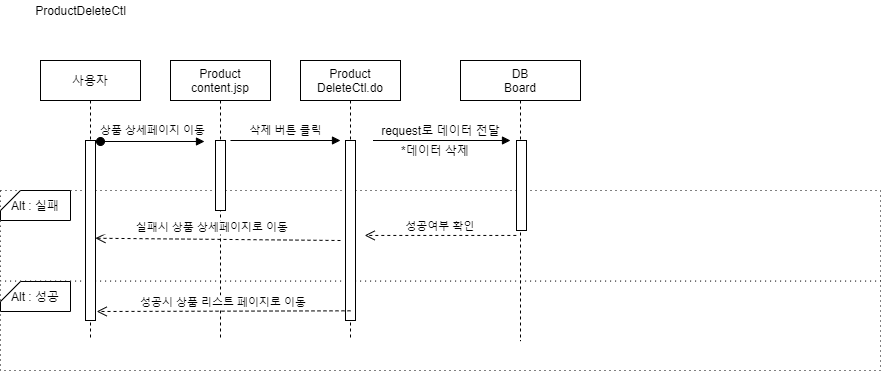
The draw.io diagram Document/Sequence_Diagram/product/Product Sequence_Diagram-ProductDeleteCtl.png in JungCG/PotatoMarket, before a commit. Source tidied: cells renumbered, new cells last; positions are measured from the earlier drawing's top-left corner, leaving out a move shared by most shapes. Source of this version:
```xml
<mxGraphModel>
  <root>
    <mxCell id="0" />
    <mxCell id="1" parent="0" />
    <mxCell id="2" style="rounded=0;whiteSpace=wrap;html=1;dashed=1;dashPattern=1 4;" parent="1" vertex="1">
      <mxGeometry y="280" width="880" height="90" as="geometry" />
    </mxCell>
    <mxCell id="3" style="rounded=0;whiteSpace=wrap;html=1;dashed=1;dashPattern=1 4;" parent="1" vertex="1">
      <mxGeometry y="190" width="880" height="90.6" as="geometry" />
    </mxCell>
    <mxCell id="4" value="사용자" style="shape=umlLifeline;perimeter=lifelinePerimeter;rounded=0;shadow=0;strokeWidth=1;" parent="1" vertex="1">
      <mxGeometry x="40" y="60" width="100" height="280" as="geometry" />
    </mxCell>
    <mxCell id="5" style="points=[];perimeter=orthogonalPerimeter;rounded=0;shadow=0;strokeWidth=1;" parent="4" vertex="1">
      <mxGeometry x="45" y="80" width="10" height="180" as="geometry" />
    </mxCell>
    <mxCell id="6" value="DB&#10;Board" style="shape=umlLifeline;perimeter=lifelinePerimeter;rounded=0;shadow=0;strokeWidth=1;" parent="1" vertex="1">
      <mxGeometry x="460" y="60" width="120" height="280.6" as="geometry" />
    </mxCell>
    <mxCell id="7" style="perimeter=orthogonalPerimeter;rounded=0;shadow=0;strokeWidth=1;" parent="6" vertex="1">
      <mxGeometry x="56" y="80" width="10" height="90" as="geometry" />
    </mxCell>
    <mxCell id="8" value="Alt : 성공" style="shape=card;whiteSpace=wrap;html=1;size=20;rotation=0;" parent="1" vertex="1">
      <mxGeometry y="281" width="70" height="30" as="geometry" />
    </mxCell>
    <mxCell id="9" value="Alt : 실패" style="shape=card;whiteSpace=wrap;html=1;size=20;rotation=0;" parent="1" vertex="1">
      <mxGeometry y="190" width="70" height="30" as="geometry" />
    </mxCell>
    <mxCell id="10" style="verticalAlign=bottom;startArrow=oval;endArrow=block;startSize=8;shadow=0;strokeWidth=1;" parent="1" edge="1">
      <mxGeometry relative="1" as="geometry">
        <mxPoint x="100" y="141" as="sourcePoint" />
        <mxPoint x="204" y="141" as="targetPoint" />
      </mxGeometry>
    </mxCell>
    <mxCell id="11" value="ProductDeleteCtl" style="text;html=1;align=center;verticalAlign=middle;" parent="1" vertex="1">
      <mxGeometry x="25" width="110" height="20" as="geometry" />
    </mxCell>
    <mxCell id="12" value="상품 상세페이지 이동" style="edgeLabel;html=1;align=center;verticalAlign=middle;" parent="1" vertex="1">
      <mxGeometry x="150" y="130" as="geometry">
        <mxPoint x="1" y="-1" as="offset" />
      </mxGeometry>
    </mxCell>
    <mxCell id="13" value="Product&#10;content.jsp" style="shape=umlLifeline;perimeter=lifelinePerimeter;rounded=0;shadow=0;strokeWidth=1;" parent="1" vertex="1">
      <mxGeometry x="170" y="60" width="100" height="280" as="geometry" />
    </mxCell>
    <mxCell id="14" style="perimeter=orthogonalPerimeter;rounded=0;shadow=0;strokeWidth=1;" parent="13" vertex="1">
      <mxGeometry x="45" y="80" width="10" height="70" as="geometry" />
    </mxCell>
    <mxCell id="15" value="삭제 버튼 클릭" style="edgeLabel;html=1;align=center;verticalAlign=middle;" parent="1" vertex="1">
      <mxGeometry x="165" y="140" as="geometry">
        <mxPoint x="119" y="-11" as="offset" />
      </mxGeometry>
    </mxCell>
    <mxCell id="16" style="verticalAlign=bottom;endArrow=block;entryX=0;entryY=0;shadow=0;strokeWidth=1;" parent="1" edge="1">
      <mxGeometry relative="1" as="geometry">
        <mxPoint x="230" y="140" as="sourcePoint" />
        <mxPoint x="340" y="140" as="targetPoint" />
      </mxGeometry>
    </mxCell>
    <mxCell id="17" value="Product&#10;DeleteCtl.do" style="shape=umlLifeline;perimeter=lifelinePerimeter;rounded=0;shadow=0;strokeWidth=1;" parent="1" vertex="1">
      <mxGeometry x="300" y="60" width="100" height="280" as="geometry" />
    </mxCell>
    <mxCell id="18" style="perimeter=orthogonalPerimeter;rounded=0;shadow=0;strokeWidth=1;" parent="17" vertex="1">
      <mxGeometry x="45" y="80" width="10" height="180" as="geometry" />
    </mxCell>
    <mxCell id="19" value="             실패시 상품 상세페이지로 이동" style="verticalAlign=bottom;endArrow=open;dashed=1;endSize=8;shadow=0;strokeWidth=1;entryX=0.99;entryY=0.543;entryDx=0;entryDy=0;entryPerimeter=0;" parent="1" edge="1" target="5">
      <mxGeometry x="0.21" y="-3" relative="1" as="geometry">
        <mxPoint x="340" y="240" as="sourcePoint" />
      </mxGeometry>
    </mxCell>
    <mxCell id="20" value="성공시 상품 리스트 페이지로 이동" style="verticalAlign=bottom;endArrow=open;dashed=1;endSize=8;shadow=0;strokeWidth=1;entryX=0.9;entryY=0.636;entryDx=0;entryDy=0;entryPerimeter=0;exitX=0.5;exitY=0.894;exitDx=0;exitDy=0;exitPerimeter=0;" parent="1" edge="1" source="17">
      <mxGeometry relative="1" as="geometry">
        <mxPoint x="96.2" y="311" as="targetPoint" />
      </mxGeometry>
    </mxCell>
    <mxCell id="21" style="group;" parent="1" vertex="1">
      <mxGeometry x="360" y="120" width="150" height="40" as="geometry" />
    </mxCell>
    <mxCell id="22" value="*데이터 삭제" style="text;html=1;strokeColor=none;fillColor=none;align=center;verticalAlign=middle;whiteSpace=wrap;rounded=0;" parent="21" vertex="1">
      <mxGeometry y="20" width="150" height="20" as="geometry" />
    </mxCell>
    <mxCell id="23" value="&amp;nbsp; &amp;nbsp; &amp;nbsp; &amp;nbsp; &amp;nbsp; &amp;nbsp; request로 데이터 전달" style="text;html=1;align=center;verticalAlign=middle;" parent="21" vertex="1">
      <mxGeometry x="-20" width="160" height="20" as="geometry" />
    </mxCell>
    <mxCell id="24" style="verticalAlign=bottom;endArrow=block;entryX=0;entryY=0;shadow=0;strokeWidth=1;" parent="21" edge="1">
      <mxGeometry relative="1" as="geometry">
        <mxPoint x="12.5" y="20" as="sourcePoint" />
        <mxPoint x="150" y="20" as="targetPoint" />
      </mxGeometry>
    </mxCell>
    <mxCell id="25" value="성공여부 확인" style="verticalAlign=bottom;endArrow=open;dashed=1;endSize=8;shadow=0;strokeWidth=1;entryX=0.935;entryY=0.795;entryDx=0;entryDy=0;entryPerimeter=0;" parent="1" edge="1">
      <mxGeometry relative="1" as="geometry">
        <mxPoint x="515.8" y="234.9" as="sourcePoint" />
        <mxPoint x="364.2" y="234.9" as="targetPoint" />
      </mxGeometry>
    </mxCell>
  </root>
</mxGraphModel>
```
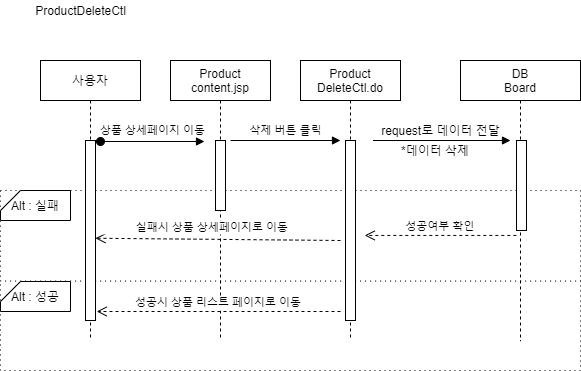
After the change.

The edit, as a diff of the source:
```diff
@@ -3,10 +3,10 @@
     <mxCell id="0" />
     <mxCell id="1" parent="0" />
     <mxCell id="2" style="rounded=0;whiteSpace=wrap;html=1;dashed=1;dashPattern=1 4;" parent="1" vertex="1">
-      <mxGeometry y="280" width="880" height="90" as="geometry" />
+      <mxGeometry y="280" width="580" height="90" as="geometry" />
     </mxCell>
     <mxCell id="3" style="rounded=0;whiteSpace=wrap;html=1;dashed=1;dashPattern=1 4;" parent="1" vertex="1">
-      <mxGeometry y="190" width="880" height="90.6" as="geometry" />
+      <mxGeometry y="190" width="580" height="90.6" as="geometry" />
     </mxCell>
     <mxCell id="4" value="사용자" style="shape=umlLifeline;perimeter=lifelinePerimeter;rounded=0;shadow=0;strokeWidth=1;" parent="1" vertex="1">
       <mxGeometry x="40" y="60" width="100" height="280" as="geometry" />
@@ -68,8 +68,9 @@
         <mxPoint x="340" y="240" as="sourcePoint" />
       </mxGeometry>
     </mxCell>
-    <mxCell id="20" value="성공시 상품 리스트 페이지로 이동" style="verticalAlign=bottom;endArrow=open;dashed=1;endSize=8;shadow=0;strokeWidth=1;entryX=0.9;entryY=0.636;entryDx=0;entryDy=0;entryPerimeter=0;exitX=0.5;exitY=0.894;exitDx=0;exitDy=0;exitPerimeter=0;" parent="1" edge="1" source="17">
+    <mxCell id="20" value="성공시 상품 리스트 페이지로 이동" style="verticalAlign=bottom;endArrow=open;dashed=1;endSize=8;shadow=0;strokeWidth=1;entryX=0.9;entryY=0.636;entryDx=0;entryDy=0;entryPerimeter=0;" parent="1" edge="1">
       <mxGeometry relative="1" as="geometry">
+        <mxPoint x="340" y="311" as="sourcePoint" />
         <mxPoint x="96.2" y="311" as="targetPoint" />
       </mxGeometry>
     </mxCell>
```
